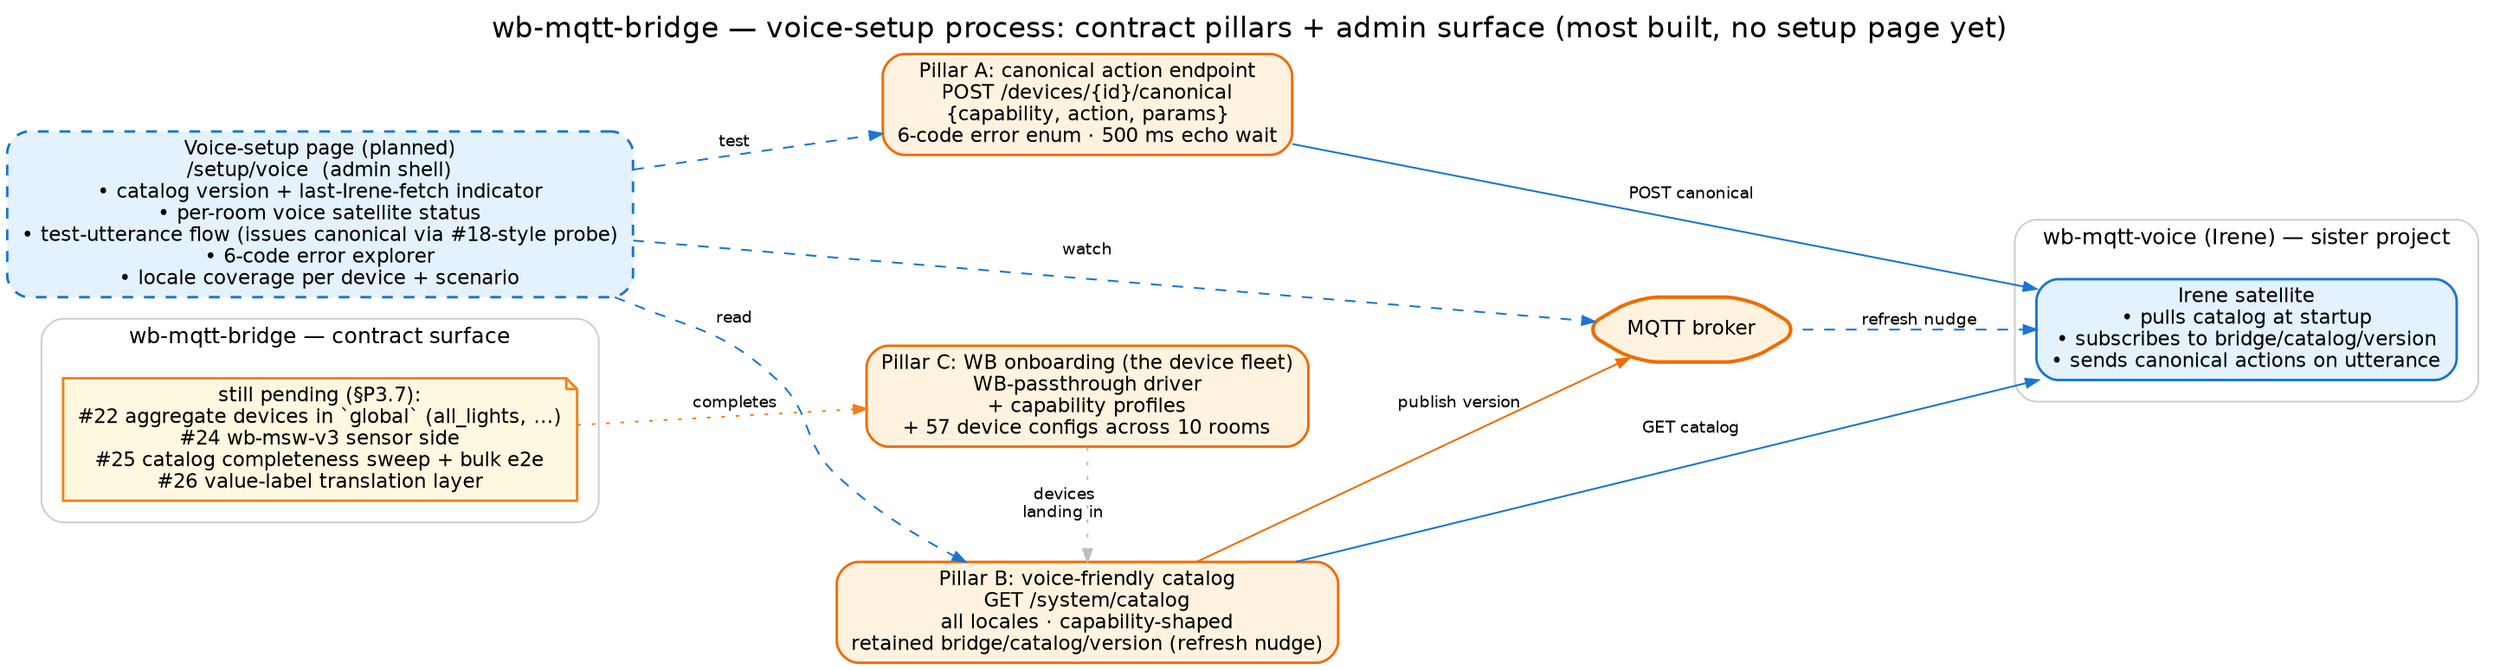
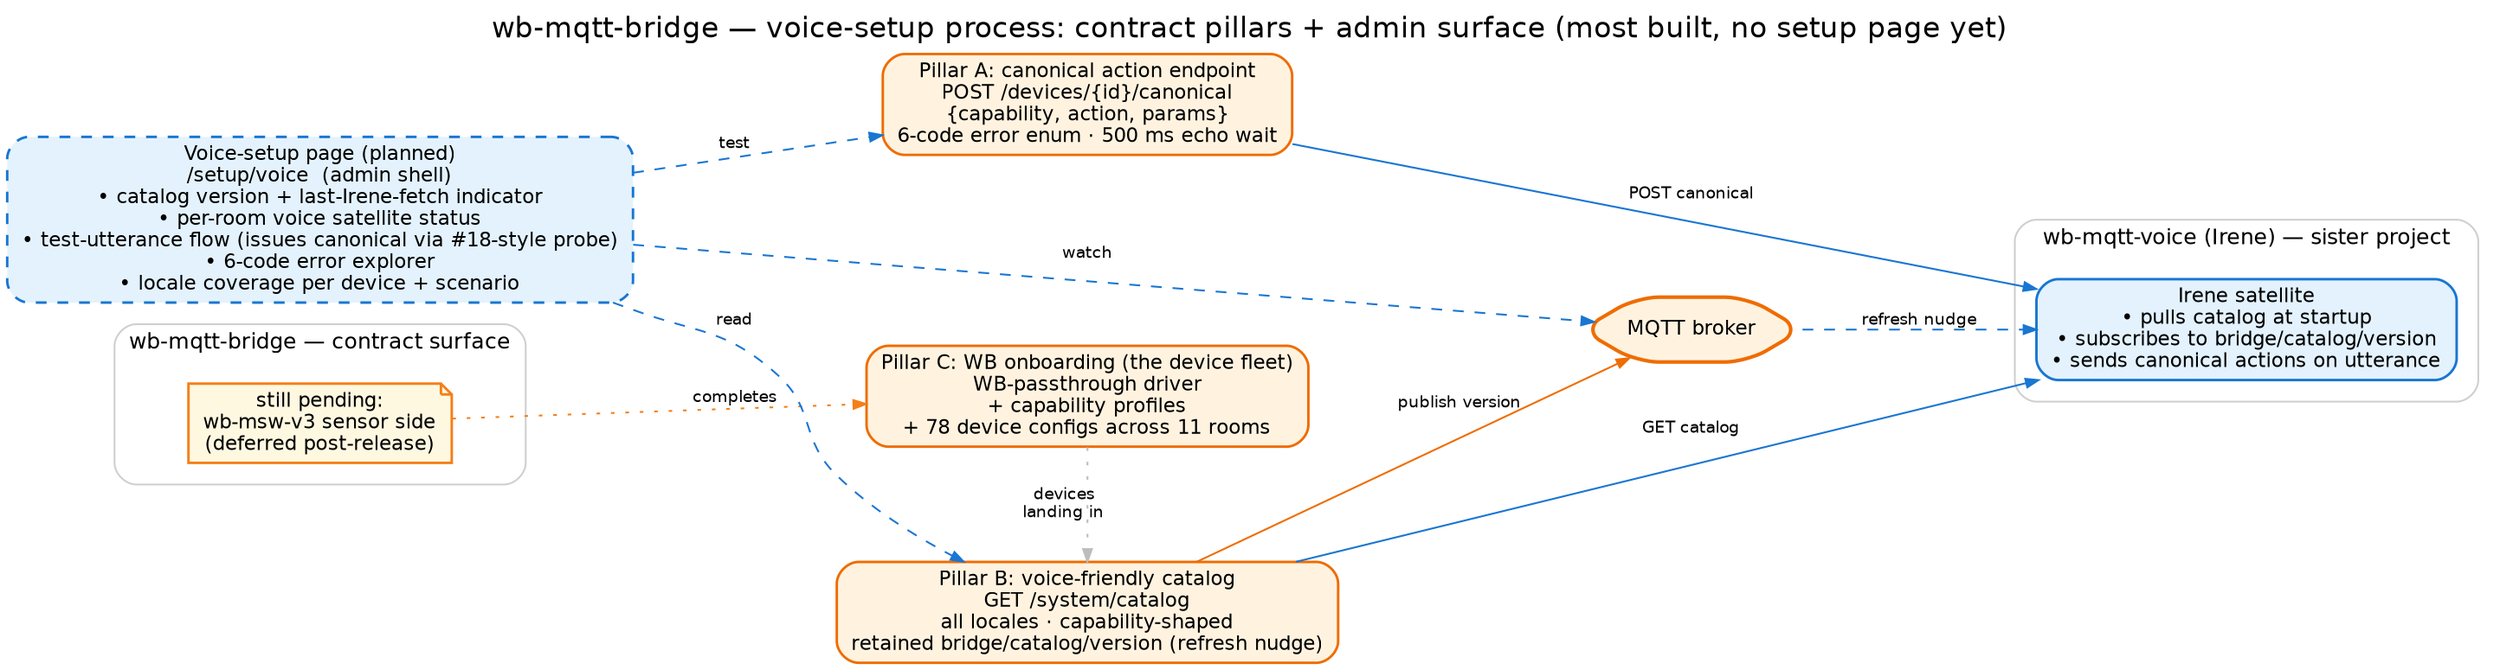
// wb-mqtt-bridge — planned voice-setup process. Render:
//   dot -Tpng docs/images/voice-setup.dot -o docs/images/voice-setup.png
// Palette: see hexagon.dot header.
digraph voice_setup {
  rankdir=LR;
  bgcolor="white";
  splines=spline;
  nodesep=0.45; ranksep=0.9;
  fontname="Helvetica"; labelloc=t; fontsize=16;
  label="wb-mqtt-bridge — voice-setup process: contract pillars + admin surface (most built, no setup page yet)";

  node [fontname="Helvetica", fontsize=11, shape=box, style="filled,rounded", penwidth=1.4];
  edge [fontname="Helvetica", fontsize=9, color="#9e9e9e", arrowsize=0.7];

  // --- contract pillars (bridge side) ---
  subgraph cluster_bridge {
    label="wb-mqtt-bridge — contract surface"; fontsize=12; color="#cfcfcf"; style=rounded; margin=12;

    pill_a [label="Pillar A: canonical action endpoint\nPOST /devices/{id}/canonical\n{capability, action, params}\n6-code error enum · 500 ms echo wait",
            fillcolor="#fff3e0", color="#ef6c00"];
    pill_b [label="Pillar B: voice-friendly catalog\nGET /system/catalog\nall locales · capability-shaped\nretained bridge/catalog/version (refresh nudge)",
            fillcolor="#fff3e0", color="#ef6c00"];
-     pill_c [label="Pillar C: WB onboarding (the device fleet)\nWB-passthrough driver\n+ capability profiles\n+ 57 device configs across 10 rooms",
+     pill_c [label="Pillar C: WB onboarding (the device fleet)\nWB-passthrough driver\n+ capability profiles\n+ 78 device configs across 11 rooms",
            fillcolor="#fff3e0", color="#ef6c00"];
    pending [shape=note, fillcolor="#fff8e1", color="#f57f17",
-              label="still pending (§P3.7):\n#22 aggregate devices in `global` (all_lights, …)\n#24 wb-msw-v3 sensor side\n#25 catalog completeness sweep + bulk e2e\n#26 value-label translation layer"];
+              label="still pending:\nwb-msw-v3 sensor side\n(deferred post-release)"];
  }

  // --- the Irene side (sister project, shown for context) ---
  subgraph cluster_irene {
    label="wb-mqtt-voice (Irene) — sister project"; fontsize=12; color="#cfcfcf"; style=rounded; margin=12;
    irene [label="Irene satellite\n• pulls catalog at startup\n• subscribes to bridge/catalog/version\n• sends canonical actions on utterance",
           fillcolor="#e3f2fd", color="#1976d2"];
  }

  // --- the planned setup page ---
  page [label="Voice-setup page (planned)\n/setup/voice  (admin shell)\n• catalog version + last-Irene-fetch indicator\n• per-room voice satellite status\n• test-utterance flow (issues canonical via #18-style probe)\n• 6-code error explorer\n• locale coverage per device + scenario",
        fillcolor="#e3f2fd", color="#1976d2", width=4.8, style="filled,rounded,dashed"];

  // --- broker between bridge and Irene ---
  broker [label="MQTT broker",
          fillcolor="#fff3e0", color="#ef6c00", shape=hexagon, penwidth=2];

  // edges
  pill_a -> irene [label="POST canonical", color="#1976d2"];
  pill_b -> irene [label="GET catalog", color="#1976d2"];
  pill_b -> broker [label="publish version", color="#ef6c00"];
  broker -> irene  [label="refresh nudge", style=dashed, color="#1976d2"];
  pill_c -> pill_b [style=dotted, color="#bdbdbd", label="devices\nlanding in"];
  pending -> pill_c [style=dotted, color="#f57f17", label="completes"];

  // setup page consumes both sides
  page -> pill_b [style=dashed, color="#1976d2", label="read"];
  page -> pill_a [style=dashed, color="#1976d2", label="test"];
  page -> broker [style=dashed, color="#1976d2", label="watch"];

  {rank=same; pill_a; pill_b; pill_c}
}
